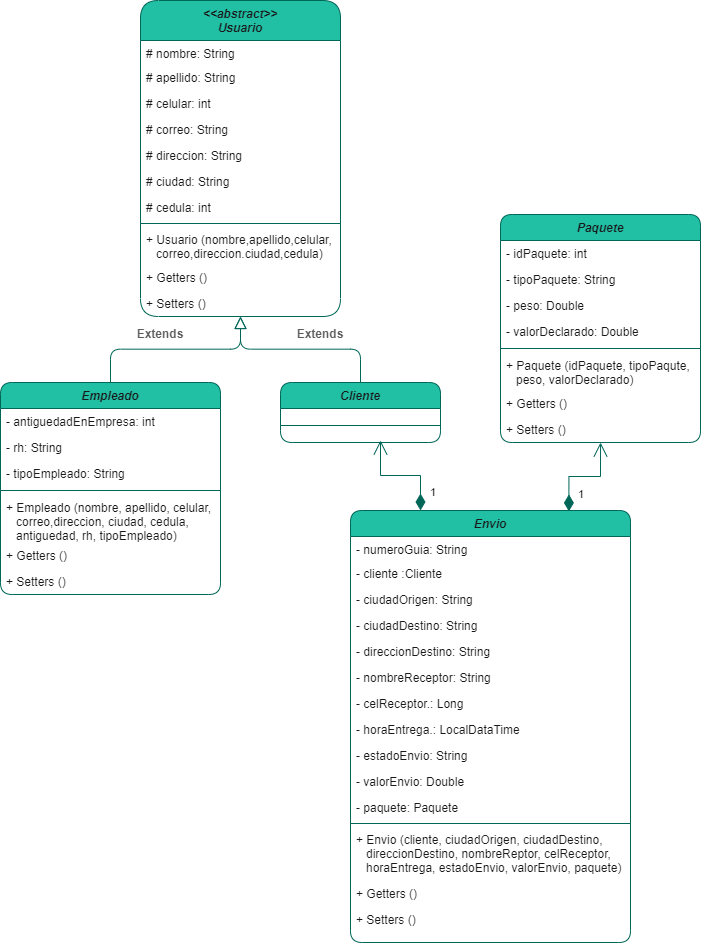
The draw.io diagram Diagrama-proyectoIntegrador.drawio.png in Pipe1098/ProyectoIntegrador, before a commit. Source tidied: cells renumbered, new cells last; positions are measured from the earlier drawing's top-left corner, leaving out a move shared by most shapes.
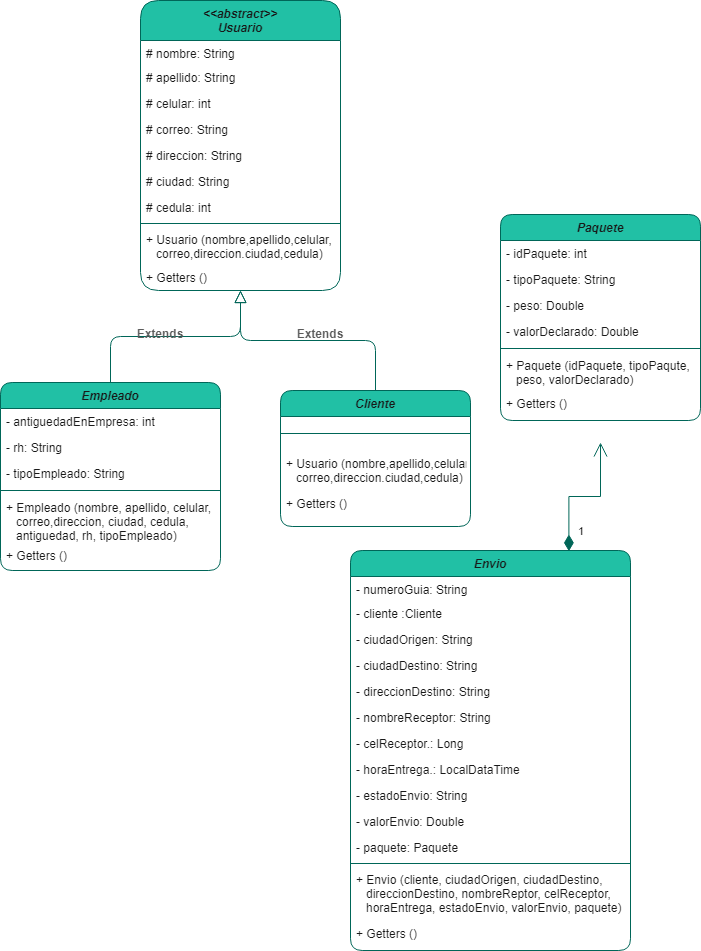
The same file after the commit.

The edit, as a diff of the source:
```diff
@@ -3,7 +3,7 @@
     <mxCell id="0" />
     <mxCell id="1" parent="0" />
     <mxCell id="2" value="&lt;&lt;abstract&gt;&gt;&#10;Usuario" style="swimlane;fontStyle=3;align=center;verticalAlign=top;horizontal=1;startSize=40;rounded=1;shadow=0;strokeWidth=1;labelBackgroundColor=none;fillColor=#21C0A5;strokeColor=#006658;fontColor=#191919;" parent="1" vertex="1">
-      <mxGeometry x="140" width="200" height="316" as="geometry" />
+      <mxGeometry x="140" width="200" height="290" as="geometry" />
     </mxCell>
     <mxCell id="3" value="# nombre: String&#10;" style="text;align=left;verticalAlign=top;spacingLeft=4;spacingRight=4;overflow=hidden;rounded=1;labelBackgroundColor=default;fontColor=#191919;" parent="2" vertex="1">
       <mxGeometry y="40" width="200" height="24" as="geometry" />
@@ -35,11 +35,8 @@
     <mxCell id="12" value="+ Getters ()&#10;" style="text;align=left;verticalAlign=top;spacingLeft=4;spacingRight=4;overflow=hidden;rounded=1;shadow=0;html=0;labelBackgroundColor=none;fontColor=#191919;" parent="2" vertex="1">
       <mxGeometry y="264" width="200" height="26" as="geometry" />
     </mxCell>
-    <mxCell id="13" value="+ Setters ()&#10;" style="text;align=left;verticalAlign=top;spacingLeft=4;spacingRight=4;overflow=hidden;rounded=1;shadow=0;html=0;labelBackgroundColor=none;fontColor=#191919;" parent="2" vertex="1">
-      <mxGeometry y="290" width="200" height="26" as="geometry" />
-    </mxCell>
     <mxCell id="14" value="Empleado" style="swimlane;fontStyle=3;align=center;verticalAlign=top;horizontal=1;startSize=26;rounded=1;shadow=0;strokeWidth=1;labelBackgroundColor=none;fillColor=#21C0A5;strokeColor=#006658;fontColor=#191919;" parent="1" vertex="1">
-      <mxGeometry y="382" width="220" height="212" as="geometry" />
+      <mxGeometry y="382" width="220" height="188" as="geometry" />
     </mxCell>
     <mxCell id="15" value="- antiguedadEnEmpresa: int" style="text;align=left;verticalAlign=top;spacingLeft=4;spacingRight=4;overflow=hidden;rounded=1;labelBackgroundColor=none;fontColor=#191919;" parent="14" vertex="1">
       <mxGeometry y="26" width="220" height="26" as="geometry" />
@@ -59,23 +56,26 @@
     <mxCell id="20" value="+ Getters ()&#10;" style="text;align=left;verticalAlign=top;spacingLeft=4;spacingRight=4;overflow=hidden;rounded=1;shadow=0;html=0;labelBackgroundColor=none;fontColor=#191919;" parent="14" vertex="1">
       <mxGeometry y="160" width="220" height="26" as="geometry" />
     </mxCell>
-    <mxCell id="21" value="+ Setters ()&#10;" style="text;align=left;verticalAlign=top;spacingLeft=4;spacingRight=4;overflow=hidden;rounded=1;shadow=0;html=0;labelBackgroundColor=none;fontColor=#191919;" parent="14" vertex="1">
-      <mxGeometry y="186" width="220" height="26" as="geometry" />
-    </mxCell>
     <mxCell id="22" style="endArrow=block;endSize=10;endFill=0;shadow=0;strokeWidth=1;rounded=1;edgeStyle=elbowEdgeStyle;elbow=vertical;labelBackgroundColor=none;strokeColor=#006658;fontColor=default;" parent="1" edge="1" source="14" target="2">
       <mxGeometry relative="1" as="geometry" />
     </mxCell>
     <mxCell id="23" value="Cliente" style="swimlane;fontStyle=3;align=center;verticalAlign=top;horizontal=1;startSize=26;rounded=1;shadow=0;strokeWidth=1;labelBackgroundColor=none;fillColor=#21C0A5;strokeColor=#006658;fontColor=#191919;" parent="1" vertex="1">
-      <mxGeometry x="280" y="382" width="160" height="60" as="geometry" />
+      <mxGeometry x="280" y="390" width="190" height="136" as="geometry" />
     </mxCell>
     <mxCell id="24" style="line;html=1;strokeWidth=1;align=left;verticalAlign=middle;spacingTop=-1;spacingLeft=3;spacingRight=3;labelPosition=right;rounded=1;labelBackgroundColor=none;fillColor=#21C0A5;strokeColor=#006658;fontColor=#5C5C5C;" parent="23" vertex="1">
-      <mxGeometry y="26" width="160" height="34" as="geometry" />
+      <mxGeometry y="26" width="190" height="34" as="geometry" />
     </mxCell>
+    <mxCell id="55" value="+ Usuario (nombre,apellido,celular,&#10;   correo,direccion.ciudad,cedula)&#10;" style="text;align=left;verticalAlign=top;spacingLeft=4;spacingRight=4;overflow=hidden;rounded=1;labelBackgroundColor=default;fontColor=#191919;" parent="23" vertex="1">
+      <mxGeometry y="60" width="190" height="40" as="geometry" />
+    </mxCell>
+    <mxCell id="56" value="+ Getters ()&#10;" style="text;align=left;verticalAlign=top;spacingLeft=4;spacingRight=4;overflow=hidden;rounded=1;shadow=0;html=0;labelBackgroundColor=none;fontColor=#191919;" parent="23" vertex="1">
+      <mxGeometry y="100" width="190" height="20" as="geometry" />
+    </mxCell>
     <mxCell id="25" style="endArrow=block;endSize=10;endFill=0;shadow=0;strokeWidth=1;rounded=1;edgeStyle=elbowEdgeStyle;elbow=vertical;labelBackgroundColor=none;strokeColor=#006658;fontColor=default;" parent="1" edge="1" source="23" target="2">
       <mxGeometry relative="1" as="geometry" />
     </mxCell>
     <mxCell id="26" value="Paquete" style="swimlane;fontStyle=3;align=center;verticalAlign=top;horizontal=1;startSize=26;rounded=1;shadow=0;strokeWidth=1;labelBackgroundColor=none;fillColor=#21C0A5;strokeColor=#006658;fontColor=#191919;" parent="1" vertex="1">
-      <mxGeometry x="500" y="214" width="200" height="228" as="geometry" />
+      <mxGeometry x="500" y="214" width="200" height="206" as="geometry" />
     </mxCell>
     <mxCell id="27" value="- idPaquete: int" style="text;align=left;verticalAlign=top;spacingLeft=4;spacingRight=4;overflow=hidden;rounded=1;labelBackgroundColor=none;fontColor=#191919;" parent="26" vertex="1">
       <mxGeometry y="26" width="200" height="26" as="geometry" />
@@ -98,11 +98,8 @@
     <mxCell id="33" value="+ Getters ()&#10;" style="text;align=left;verticalAlign=top;spacingLeft=4;spacingRight=4;overflow=hidden;rounded=1;shadow=0;html=0;labelBackgroundColor=none;fontColor=#191919;" parent="26" vertex="1">
       <mxGeometry y="176" width="200" height="26" as="geometry" />
     </mxCell>
-    <mxCell id="34" value="+ Setters ()&#10;" style="text;align=left;verticalAlign=top;spacingLeft=4;spacingRight=4;overflow=hidden;rounded=1;shadow=0;html=0;labelBackgroundColor=none;fontColor=#191919;" parent="26" vertex="1">
-      <mxGeometry y="202" width="200" height="26" as="geometry" />
-    </mxCell>
     <mxCell id="35" value="Envio" style="swimlane;fontStyle=3;align=center;verticalAlign=top;horizontal=1;startSize=26;rounded=1;shadow=0;strokeWidth=1;labelBackgroundColor=none;fillColor=#21C0A5;strokeColor=#006658;fontColor=#191919;" parent="1" vertex="1">
-      <mxGeometry x="350" y="510" width="280" height="432" as="geometry" />
+      <mxGeometry x="350" y="550" width="280" height="400" as="geometry" />
     </mxCell>
     <mxCell id="36" value="- numeroGuia: String&#10;" style="text;align=left;verticalAlign=top;spacingLeft=4;spacingRight=4;overflow=hidden;rounded=1;labelBackgroundColor=none;fontColor=#191919;" parent="35" vertex="1">
       <mxGeometry y="26" width="280" height="24" as="geometry" />
@@ -146,21 +143,12 @@
     <mxCell id="49" value="+ Getters ()&#10;" style="text;align=left;verticalAlign=top;spacingLeft=4;spacingRight=4;overflow=hidden;rounded=1;shadow=0;html=0;labelBackgroundColor=none;fontColor=#191919;" parent="35" vertex="1">
       <mxGeometry y="370" width="280" height="26" as="geometry" />
     </mxCell>
-    <mxCell id="50" value="+ Setters ()&#10;" style="text;align=left;verticalAlign=top;spacingLeft=4;spacingRight=4;overflow=hidden;rounded=1;shadow=0;html=0;labelBackgroundColor=none;fontColor=#191919;" parent="35" vertex="1">
-      <mxGeometry y="396" width="280" height="26" as="geometry" />
-    </mxCell>
     <mxCell id="51" value="Extends" style="text;align=center;fontStyle=1;verticalAlign=middle;spacingLeft=3;spacingRight=3;strokeColor=none;rounded=1;labelBackgroundColor=none;fontColor=#5C5C5C;" parent="1" vertex="1">
       <mxGeometry x="120" y="320" width="80" height="26" as="geometry" />
     </mxCell>
     <mxCell id="52" value="Extends" style="text;align=center;fontStyle=1;verticalAlign=middle;spacingLeft=3;spacingRight=3;strokeColor=none;rounded=1;labelBackgroundColor=none;fontColor=#5C5C5C;" parent="1" vertex="1">
       <mxGeometry x="280" y="320" width="80" height="26" as="geometry" />
     </mxCell>
-    <mxCell id="53" value="1" style="endArrow=open;html=1;endSize=12;startArrow=diamondThin;startSize=14;startFill=1;edgeStyle=orthogonalEdgeStyle;align=left;verticalAlign=bottom;rounded=0;strokeColor=#006658;fontColor=#191919;fillColor=#21C0A5;exitX=0.25;exitY=0;exitDx=0;exitDy=0;" parent="1" edge="1" source="35">
-      <mxGeometry x="-0.84" y="-7" relative="1" as="geometry">
-        <mxPoint x="380" y="440" as="targetPoint" />
-        <mxPoint x="1" as="offset" />
-      </mxGeometry>
-    </mxCell>
     <mxCell id="54" value="1" style="endArrow=open;html=1;endSize=12;startArrow=diamondThin;startSize=14;startFill=1;edgeStyle=orthogonalEdgeStyle;align=left;verticalAlign=bottom;rounded=0;strokeColor=#006658;fontColor=#191919;fillColor=#21C0A5;exitX=0.78;exitY=0.002;exitDx=0;exitDy=0;exitPerimeter=0;" parent="1" edge="1" source="35">
       <mxGeometry x="-0.84" y="-7" relative="1" as="geometry">
         <mxPoint x="600" y="442" as="targetPoint" />
```
